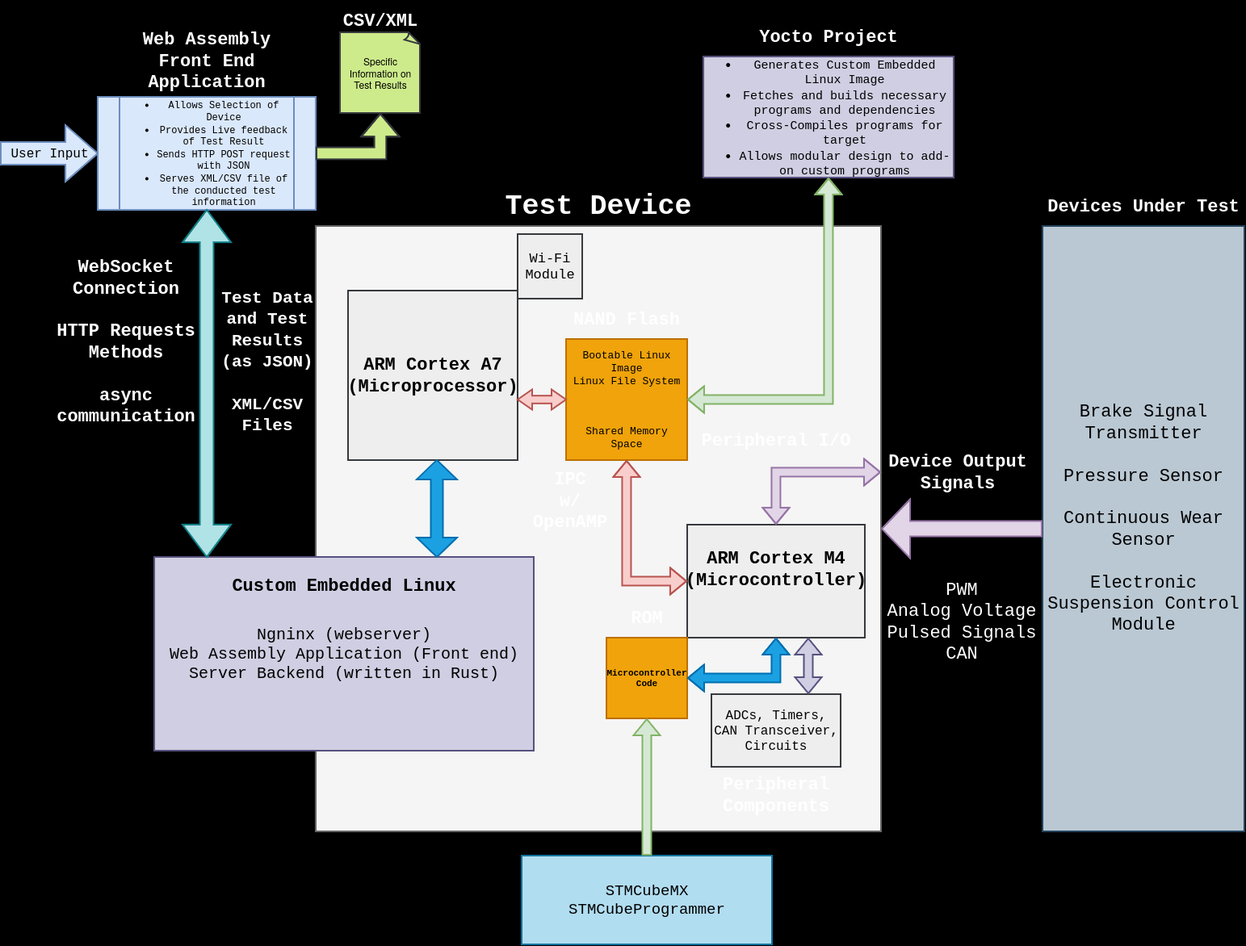
Above: September06/block_diagram.drawio.png in DMGDy/ECE4820-Presentation (draw.io), before the change. Source tidied: cells renumbered, new cells last; positions are measured from the earlier drawing's top-left corner, leaving out a move shared by most shapes.
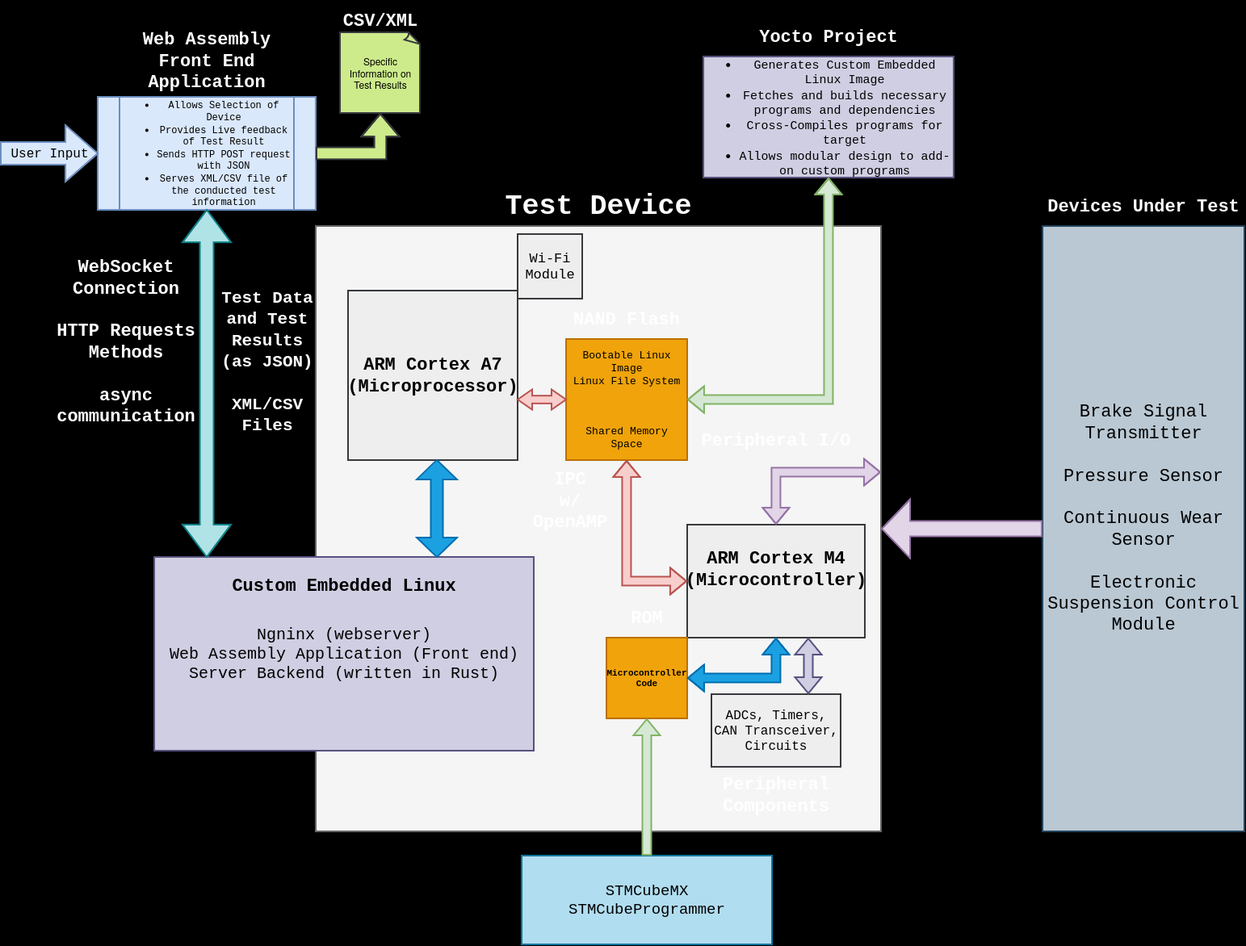
Later version of the same file.

The edit, as a diff of the source:
```diff
@@ -14,10 +14,10 @@
     <mxCell id="5" style="rounded=0;whiteSpace=wrap;html=1;labelBackgroundColor=none;strokeWidth=2;fillColor=#f5f5f5;strokeColor=#666666;gradientColor=none;" parent="1" vertex="1">
       <mxGeometry x="390" y="280" width="700" height="750" as="geometry" />
     </mxCell>
-    <mxCell id="6" value="Device Output Signals" style="text;html=1;align=center;verticalAlign=middle;whiteSpace=wrap;rounded=0;fontFamily=Courier New;fontSize=22;fontStyle=1;labelBackgroundColor=none;strokeWidth=2;fontColor=#ffffff;" parent="1" vertex="1">
+    <mxCell id="6" value="Device Output Signals" style="text;html=1;align=center;verticalAlign=middle;whiteSpace=wrap;rounded=0;fontFamily=Courier New;fontSize=22;fontStyle=1;labelBackgroundColor=none;strokeWidth=2;fontColor=#000000;" parent="1" vertex="1">
       <mxGeometry x="1090" y="560" width="190" height="50" as="geometry" />
     </mxCell>
-    <mxCell id="7" value="PWM&lt;br&gt;Analog Voltage&lt;br&gt;Pulsed Signals&lt;br&gt;CAN" style="text;html=1;align=center;verticalAlign=middle;whiteSpace=wrap;rounded=0;fontFamily=Courier New;fontSize=22;labelBackgroundColor=none;strokeWidth=2;fontColor=#ffffff;" parent="1" vertex="1">
+    <mxCell id="7" value="PWM&lt;br&gt;Analog Voltage&lt;br&gt;Pulsed Signals&lt;br&gt;CAN" style="text;html=1;align=center;verticalAlign=middle;whiteSpace=wrap;rounded=0;fontFamily=Courier New;fontSize=22;labelBackgroundColor=none;strokeWidth=2;fontColor=#000000;" parent="1" vertex="1">
       <mxGeometry x="1090" y="680" width="200" height="180" as="geometry" />
     </mxCell>
     <mxCell id="8" value="Test Device" style="text;html=1;align=center;verticalAlign=middle;whiteSpace=wrap;rounded=0;fontFamily=Courier New;fontSize=35;fontStyle=1;labelBackgroundColor=none;strokeWidth=2;fontColor=#ffffff;" parent="1" vertex="1">
```
